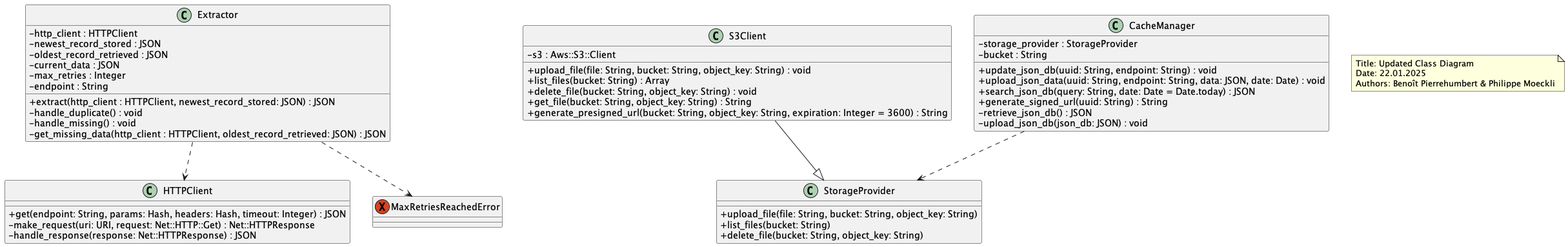
Earlier version of the PlantUML export docs/class_diagram.png (CPNV-ES-BI1-SBB/EXTERNAL-SOURCE-EXTRACT).
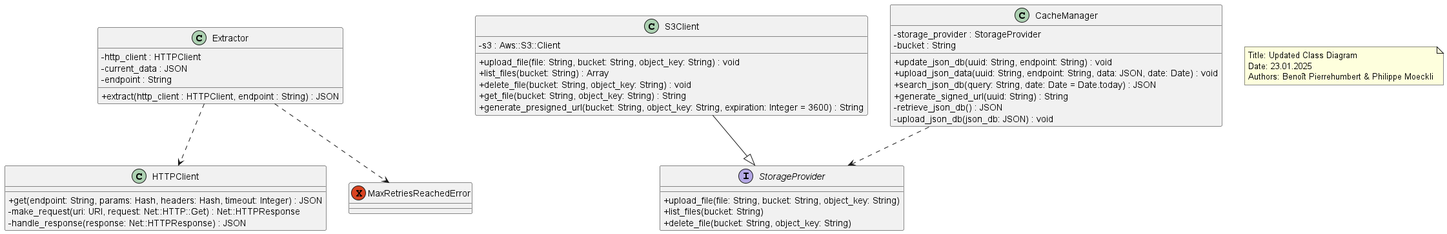
The same file after the commit.

Commit message:
docs: update class diagram

What changed in the source:
```diff
@@ -4,15 +4,11 @@
 
 class Extractor {
   - http_client : HTTPClient
-  - newest_record_stored : JSON
-  - oldest_record_retrieved : JSON
   - current_data : JSON
-  - max_retries : Integer
   - endpoint : String
-  + extract(http_client : HTTPClient, newest_record_stored: JSON) : JSON
-  - handle_duplicate() : void
-  - handle_missing() : void
-  - get_missing_data(http_client : HTTPClient, oldest_record_retrieved: JSON) : JSON
+  + extract(http_client : HTTPClient, endpoint : String) : JSON
+
+
 }
 
 class HTTPClient {
@@ -30,7 +26,7 @@
   + generate_presigned_url(bucket: String, object_key: String, expiration: Integer = 3600) : String
 }
 
-class StorageProvider {
+Interface StorageProvider {
   + upload_file(file: String, bucket: String, object_key: String)
   + list_files(bucket: String)
   + delete_file(bucket: String, object_key: String)
@@ -57,7 +53,7 @@
 
 note as N1
   Title: Updated Class Diagram
-  Date: 22.01.2025
+  Date: 23.01.2025
   Authors: Benoît Pierrehumbert & Philippe Moeckli
 end note
 
```
